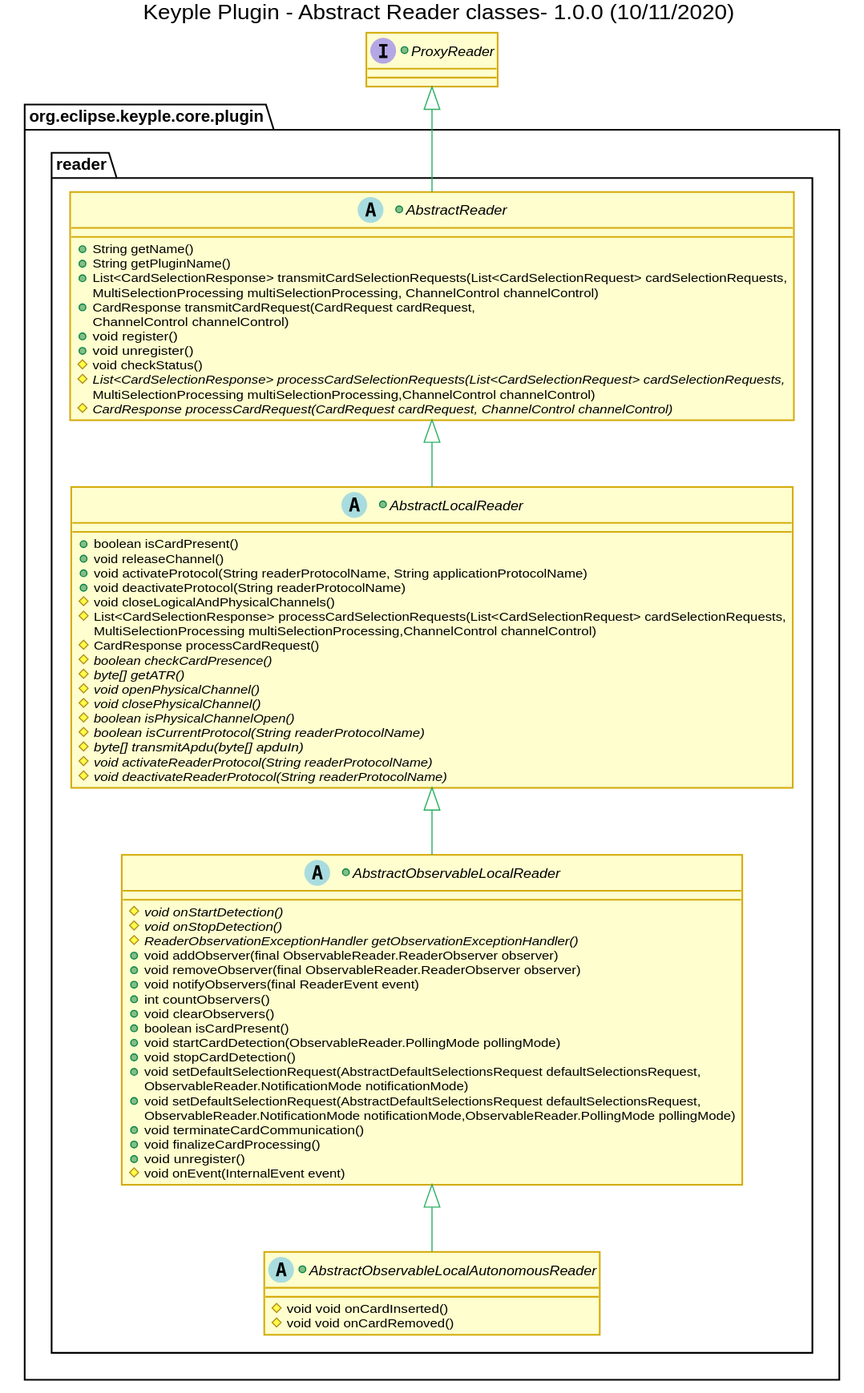
Before: media/plugin-development/class/AbstractReaders_Class.svg, a diagram exported from PlantUML (yvonneyam/keyple-website).
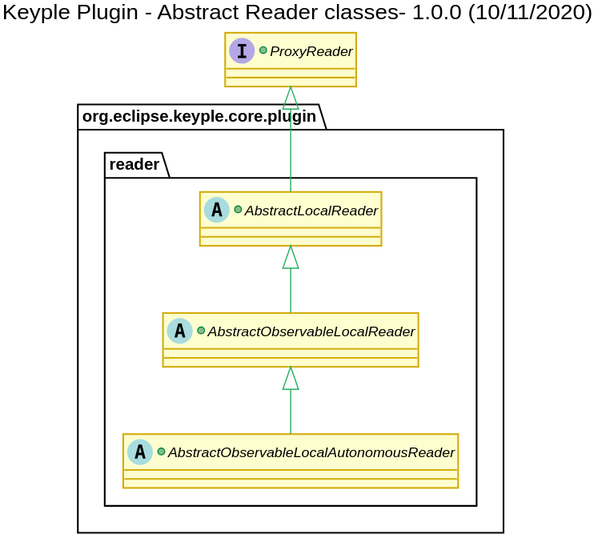
After the commit.

What changed in the source:
```diff
@@ -35,74 +35,22 @@
 
     package "reader"{
 
-        +abstract class AbstractReader{
-            +String getName()
-            +String getPluginName()
-            +List<CardSelectionResponse> transmitCardSelectionRequests(List<CardSelectionRequest> cardSelectionRequests,
-            MultiSelectionProcessing multiSelectionProcessing, ChannelControl channelControl)
-            +CardResponse transmitCardRequest(CardRequest cardRequest,
-            ChannelControl channelControl)
-            +void register()
-            +void unregister()
-            #void checkStatus()
-            #{abstract} List<CardSelectionResponse> processCardSelectionRequests(List<CardSelectionRequest> cardSelectionRequests,
-            MultiSelectionProcessing multiSelectionProcessing,ChannelControl channelControl)
-            #{abstract} CardResponse processCardRequest(CardRequest cardRequest, ChannelControl channelControl)
-        }
+        +abstract class AbstractLocalReader{
 
-        +abstract class AbstractLocalReader{
-            +boolean isCardPresent()
-            +void releaseChannel()
-            +void activateProtocol(String readerProtocolName, String applicationProtocolName)
-            +void deactivateProtocol(String readerProtocolName)
-            #void closeLogicalAndPhysicalChannels()
-            #List<CardSelectionResponse> processCardSelectionRequests(List<CardSelectionRequest> cardSelectionRequests,
-            MultiSelectionProcessing multiSelectionProcessing,ChannelControl channelControl)
-            #CardResponse processCardRequest()
-            #{abstract} boolean checkCardPresence()
-            #{abstract} byte[] getATR()
-            #{abstract} void openPhysicalChannel()
-            #{abstract} void closePhysicalChannel()
-            #{abstract} boolean isPhysicalChannelOpen()
-            #{abstract} boolean isCurrentProtocol(String readerProtocolName)
-            #{abstract} byte[] transmitApdu(byte[] apduIn)
-            #{abstract} void activateReaderProtocol(String readerProtocolName)
-            #{abstract} void deactivateReaderProtocol(String readerProtocolName)
          }
 
          +abstract class AbstractObservableLocalReader{
-            #{abstract} void onStartDetection()
-            #{abstract} void onStopDetection()
-            #{abstract} ReaderObservationExceptionHandler getObservationExceptionHandler()
-            +void addObserver(final ObservableReader.ReaderObserver observer)
-            +void removeObserver(final ObservableReader.ReaderObserver observer)
-            +void notifyObservers(final ReaderEvent event)
-            +int countObservers()
-            +void clearObservers()
-            +boolean isCardPresent()
-            +void startCardDetection(ObservableReader.PollingMode pollingMode)
-            +void stopCardDetection()
-            +void setDefaultSelectionRequest(AbstractDefaultSelectionsRequest defaultSelectionsRequest,
-            ObservableReader.NotificationMode notificationMode)
-            +void setDefaultSelectionRequest(AbstractDefaultSelectionsRequest defaultSelectionsRequest,
-            ObservableReader.NotificationMode notificationMode,ObservableReader.PollingMode pollingMode)
-            +void terminateCardCommunication()
-            +void finalizeCardProcessing()
-            +void unregister()
-            #void onEvent(InternalEvent event)
 
          }
 
          +abstract class AbstractObservableLocalAutonomousReader{
-            #void void onCardInserted()
-            #void void onCardRemoved()
+
          }
     }
 }
 
 
-ProxyReader <|-- AbstractReader #27AE60
-AbstractReader <|-- AbstractLocalReader #27AE60
+ProxyReader <|-- AbstractLocalReader #27AE60
 AbstractLocalReader <|-- AbstractObservableLocalReader #27AE60
 AbstractObservableLocalReader <|-- AbstractObservableLocalAutonomousReader #27AE60
 
```
